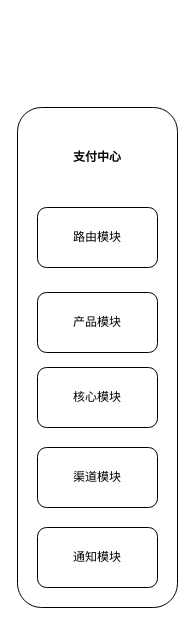
Earlier version of the draw.io diagram 支付中心模块.drawio (scc2867466176/wm). Source tidied: cells renumbered, new cells numbered last; positions are measured from the earlier drawing's top-left corner, leaving out a move shared by most shapes. Both pictures are drawn from the tidied source at 100%, with x=0, y=0 at pixel (17, 107).
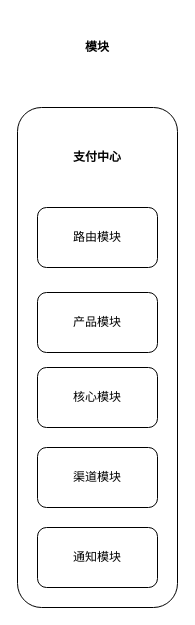
The same diagram, later.

Commit message (it also covers changes not shown here):
更新支付中心模块.drawio

Change to the diagram source:
```diff
@@
 <mxGraphModel>
   <root>
     <mxCell id="0" />
     <mxCell id="1" parent="0" />
     <mxCell id="2" style="rounded=1;whiteSpace=wrap;html=1;" parent="1" vertex="1">
       <mxGeometry width="160" height="500" as="geometry" />
     </mxCell>
     <mxCell id="3" value="路由模块" style="rounded=1;whiteSpace=wrap;html=1;" parent="1" vertex="1">
       <mxGeometry x="20" y="100" width="120" height="60" as="geometry" />
     </mxCell>
     <mxCell id="4" value="&lt;span style=&quot;white-space: normal&quot;&gt;产品模块&lt;/span&gt;" style="rounded=1;whiteSpace=wrap;html=1;" parent="1" vertex="1">
       <mxGeometry x="20" y="185" width="120" height="60" as="geometry" />
     </mxCell>
     <mxCell id="5" value="核心模块" style="rounded=1;whiteSpace=wrap;html=1;" parent="1" vertex="1">
       <mxGeometry x="20" y="260" width="120" height="60" as="geometry" />
     </mxCell>
     <mxCell id="6" value="渠道模块" style="rounded=1;whiteSpace=wrap;html=1;" parent="1" vertex="1">
       <mxGeometry x="20" y="340" width="120" height="60" as="geometry" />
     </mxCell>
     <mxCell id="7" value="通知模块" style="rounded=1;whiteSpace=wrap;html=1;" parent="1" vertex="1">
       <mxGeometry x="20" y="420" width="120" height="60" as="geometry" />
     </mxCell>
     <mxCell id="8" value="&lt;b&gt;支付中心&lt;/b&gt;" style="rounded=1;whiteSpace=wrap;html=1;strokeColor=none;" parent="1" vertex="1">
       <mxGeometry x="20" y="20" width="120" height="60" as="geometry" />
     </mxCell>
+    <mxCell id="9" value="&lt;b&gt;模块&lt;/b&gt;" style="rounded=1;whiteSpace=wrap;html=1;strokeColor=none;" parent="1" vertex="1">
+      <mxGeometry x="20" y="-90" width="120" height="60" as="geometry" />
+    </mxCell>
   </root>
 </mxGraphModel>
```
